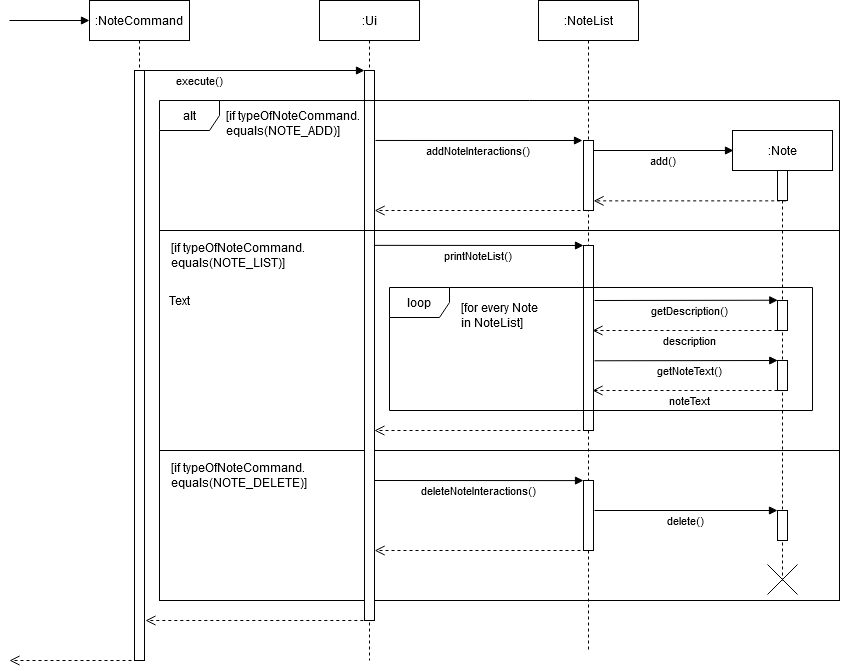
Earlier version of the draw.io export docs/images/NoteCommandSequence.png (nus-cs2113-AY2021S1/tp). Source tidied: cells renumbered, new cells last; positions are measured from the earlier drawing's top-left corner, leaving out a move shared by most shapes.
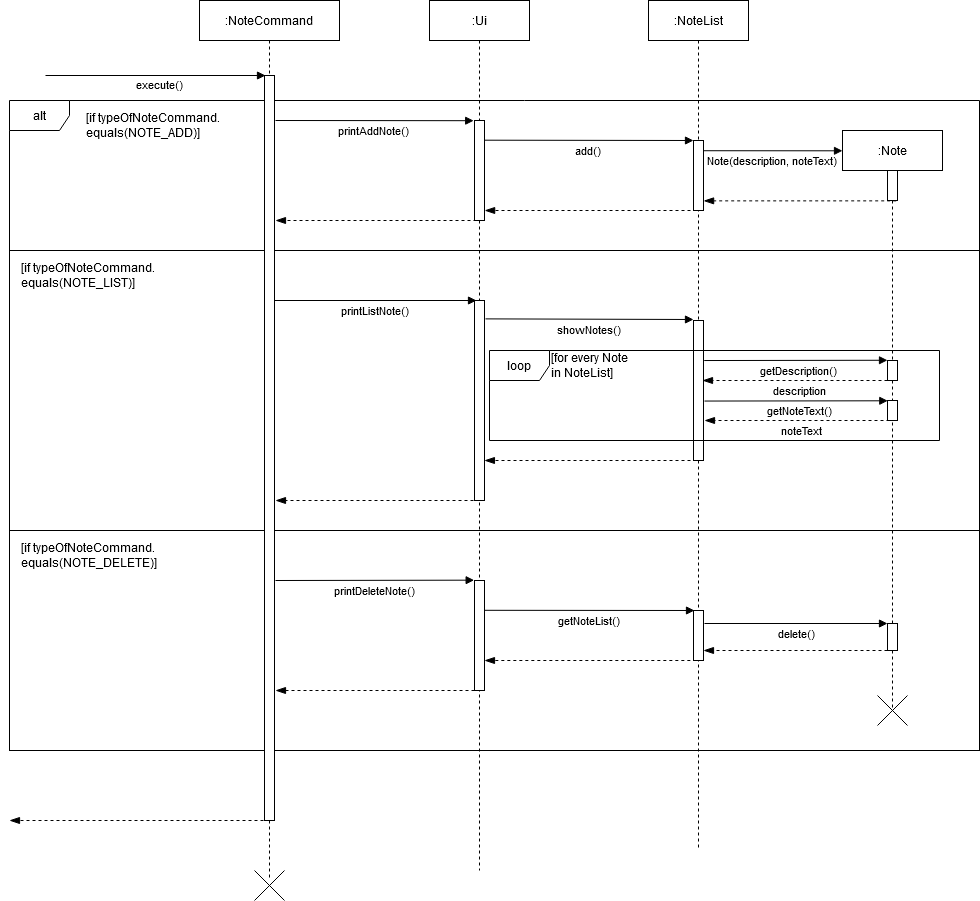
The same diagram one commit later.

Commit message:
Updated UML sequence diagram + slight adjustments to UI + updated names of methods to more suitable names

The edit, as a diff of the source:
```diff
@@ -2,180 +2,218 @@
   <root>
     <mxCell id="0" />
     <mxCell id="1" parent="0" />
+    <mxCell id="37" value="alt" style="shape=umlFrame;whiteSpace=wrap;html=1;" parent="1" vertex="1">
+      <mxGeometry x="-90" y="100" width="970" height="150" as="geometry" />
+    </mxCell>
     <mxCell id="2" style="html=1;" parent="1" vertex="1">
-      <mxGeometry x="150" y="230" width="680" height="220" as="geometry" />
+      <mxGeometry x="-90" y="250" width="970" height="280" as="geometry" />
     </mxCell>
     <mxCell id="3" style="html=1;" parent="1" vertex="1">
-      <mxGeometry x="150" y="450" width="680" height="150" as="geometry" />
+      <mxGeometry x="-90" y="530" width="970" height="220" as="geometry" />
     </mxCell>
-    <mxCell id="4" value=":NoteCommand" style="shape=umlLifeline;perimeter=lifelinePerimeter;rounded=0;shadow=0;strokeWidth=1;" parent="1" vertex="1">
-      <mxGeometry x="80" width="100" height="660" as="geometry" />
+    <mxCell id="4" value=":NoteCommand" style="shape=umlLifeline;perimeter=lifelinePerimeter;rounded=0;shadow=0;strokeWidth=1;size=40;" parent="1" vertex="1">
+      <mxGeometry x="100" width="140" height="880" as="geometry" />
     </mxCell>
     <mxCell id="5" style="points=[];perimeter=orthogonalPerimeter;rounded=0;shadow=0;strokeWidth=1;" parent="4" vertex="1">
-      <mxGeometry x="45" y="70" width="10" height="590" as="geometry" />
+      <mxGeometry x="65" y="75" width="10" height="745" as="geometry" />
     </mxCell>
     <mxCell id="6" value=":Ui" style="shape=umlLifeline;perimeter=lifelinePerimeter;rounded=0;shadow=0;strokeWidth=1;" parent="1" vertex="1">
-      <mxGeometry x="310" width="100" height="660" as="geometry" />
+      <mxGeometry x="330" width="100" height="870" as="geometry" />
     </mxCell>
     <mxCell id="7" style="points=[];perimeter=orthogonalPerimeter;rounded=0;shadow=0;strokeWidth=1;" parent="6" vertex="1">
-      <mxGeometry x="45" y="70" width="10" height="550" as="geometry" />
+      <mxGeometry x="45" y="120" width="10" height="100" as="geometry" />
     </mxCell>
-    <mxCell id="8" value="addNoteInteractions()" style="verticalAlign=bottom;endArrow=block;shadow=0;strokeWidth=1;exitX=1.2;exitY=0.081;exitDx=0;exitDy=0;exitPerimeter=0;" parent="6" edge="1">
-      <mxGeometry y="-20" relative="1" as="geometry">
-        <mxPoint x="56" y="140" as="sourcePoint" />
-        <mxPoint x="263" y="140" as="targetPoint" />
-      </mxGeometry>
-    </mxCell>
-    <mxCell id="9" value="execute()" style="verticalAlign=bottom;endArrow=block;entryX=0;entryY=0;shadow=0;strokeWidth=1;" parent="1" edge="1" source="5" target="7">
-      <mxGeometry x="-0.5" y="-20" relative="1" as="geometry" />
-    </mxCell>
+    <mxCell id="44" style="perimeter=orthogonalPerimeter;rounded=0;shadow=0;strokeWidth=1;" parent="6" vertex="1">
+      <mxGeometry x="45" y="300" width="10" height="200" as="geometry" />
+    </mxCell>
     <mxCell id="10" value=":NoteList" style="shape=umlLifeline;perimeter=lifelinePerimeter;rounded=0;shadow=0;strokeWidth=1;" parent="1" vertex="1">
-      <mxGeometry x="529" width="100" height="650" as="geometry" />
+      <mxGeometry x="549" width="100" height="850" as="geometry" />
     </mxCell>
     <mxCell id="11" style="points=[];perimeter=orthogonalPerimeter;rounded=0;shadow=0;strokeWidth=1;" parent="10" vertex="1">
       <mxGeometry x="45" y="140" width="10" height="70" as="geometry" />
     </mxCell>
     <mxCell id="12" style="perimeter=orthogonalPerimeter;rounded=0;shadow=0;strokeWidth=1;" parent="10" vertex="1">
-      <mxGeometry x="45" y="245" width="10" height="185" as="geometry" />
+      <mxGeometry x="45" y="320" width="10" height="140" as="geometry" />
     </mxCell>
     <mxCell id="13" style="perimeter=orthogonalPerimeter;rounded=0;shadow=0;strokeWidth=1;" parent="10" vertex="1">
-      <mxGeometry x="45" y="480" width="10" height="70" as="geometry" />
+      <mxGeometry x="45" y="610" width="10" height="50" as="geometry" />
     </mxCell>
-    <mxCell id="14" value="showTopics()" style="verticalAlign=bottom;endArrow=block;entryX=0;entryY=0;shadow=0;strokeWidth=1;" parent="1" edge="1" target="x">
+    <mxCell id="14" value="showTopics()" style="verticalAlign=bottom;endArrow=block;entryX=0;entryY=0;shadow=0;strokeWidth=1;" parent="1" edge="1">
       <mxGeometry y="-20" relative="1" as="geometry">
         <mxPoint x="175" y="460" as="sourcePoint" />
       </mxGeometry>
     </mxCell>
-    <mxCell id="15" style="html=1;verticalAlign=bottom;endArrow=open;dashed=1;endSize=8;exitX=0.05;exitY=1.049;exitDx=0;exitDy=0;exitPerimeter=0;" parent="1" edge="1">
+    <mxCell id="15" style="html=1;verticalAlign=bottom;endArrow=blockThin;dashed=1;endSize=8;exitX=0.05;exitY=1.049;exitDx=0;exitDy=0;exitPerimeter=0;endFill=1;" parent="1" edge="1">
       <mxGeometry relative="1" as="geometry">
-        <mxPoint x="776.7" y="200.4" as="sourcePoint" />
-        <mxPoint x="584.1" y="200.4" as="targetPoint" />
+        <mxPoint x="796.7" y="200.4" as="sourcePoint" />
+        <mxPoint x="604.1" y="200.4" as="targetPoint" />
       </mxGeometry>
     </mxCell>
     <mxCell id="16" style="html=1;verticalAlign=bottom;endArrow=block;" parent="1" edge="1">
       <mxGeometry x="-0.12" y="-90" relative="1" as="geometry">
-        <mxPoint y="20" as="sourcePoint" />
-        <mxPoint x="80" y="20" as="targetPoint" />
+        <mxPoint x="-54" y="75" as="sourcePoint" />
+        <mxPoint x="166" y="75" as="targetPoint" />
       </mxGeometry>
     </mxCell>
+    <mxCell id="9" value="execute()" style="edgeLabel;html=1;align=center;verticalAlign=middle;" parent="16" vertex="1">
+      <mxGeometry x="-0.38" y="-1" relative="1" as="geometry">
+        <mxPoint x="45.7" y="7" as="offset" />
+      </mxGeometry>
+    </mxCell>
     <mxCell id="17" value="loop" style="shape=umlFrame;whiteSpace=wrap;html=1;" parent="1" vertex="1">
-      <mxGeometry x="380" y="287" width="423" height="123" as="geometry" />
+      <mxGeometry x="390" y="350" width="450" height="90" as="geometry" />
     </mxCell>
     <mxCell id="18" value=":Note" style="shape=umlLifeline;perimeter=lifelinePerimeter;rounded=0;shadow=0;strokeWidth=1;" parent="1" vertex="1">
-      <mxGeometry x="723" y="130" width="100" height="450" as="geometry" />
+      <mxGeometry x="743" y="130" width="100" height="580" as="geometry" />
     </mxCell>
     <mxCell id="19" style="perimeter=orthogonalPerimeter;rounded=0;shadow=0;strokeWidth=1;" parent="18" vertex="1">
       <mxGeometry x="45" y="40" width="10" height="30" as="geometry" />
     </mxCell>
     <mxCell id="20" style="perimeter=orthogonalPerimeter;rounded=0;shadow=0;strokeWidth=1;" parent="18" vertex="1">
-      <mxGeometry x="45" y="170" width="10" height="30" as="geometry" />
+      <mxGeometry x="45" y="230" width="10" height="20" as="geometry" />
     </mxCell>
     <mxCell id="21" style="perimeter=orthogonalPerimeter;rounded=0;shadow=0;strokeWidth=1;" parent="18" vertex="1">
-      <mxGeometry x="45" y="230" width="10" height="30" as="geometry" />
+      <mxGeometry x="45" y="270" width="10" height="20" as="geometry" />
     </mxCell>
     <mxCell id="22" style="perimeter=orthogonalPerimeter;rounded=0;shadow=0;strokeWidth=1;" parent="18" vertex="1">
-      <mxGeometry x="45" y="380" width="10" height="30" as="geometry" />
+      <mxGeometry x="45" y="493" width="10" height="27" as="geometry" />
     </mxCell>
+    <mxCell id="27" value="description" style="html=1;verticalAlign=bottom;endArrow=blockThin;dashed=1;endSize=8;endFill=1;" parent="18" edge="1">
+      <mxGeometry x="-0.02" y="20" relative="1" as="geometry">
+        <mxPoint x="51" y="250" as="sourcePoint" />
+        <mxPoint x="-140" y="250" as="targetPoint" />
+      </mxGeometry>
+    </mxCell>
+    <mxCell id="28" value="getNoteText()" style="verticalAlign=bottom;endArrow=block;shadow=0;strokeWidth=1;entryX=-0.171;entryY=-0.011;entryDx=0;entryDy=0;entryPerimeter=0;" parent="18" edge="1">
+      <mxGeometry x="0.04" y="-20" relative="1" as="geometry">
+        <mxPoint x="-138" y="270.6" as="sourcePoint" />
+        <mxPoint x="45.3" y="270.3" as="targetPoint" />
+      </mxGeometry>
+    </mxCell>
+    <mxCell id="29" value="noteText" style="html=1;verticalAlign=bottom;endArrow=blockThin;dashed=1;endSize=8;endFill=1;" parent="18" edge="1">
+      <mxGeometry x="-0.02" y="20" relative="1" as="geometry">
+        <mxPoint x="53" y="290" as="sourcePoint" />
+        <mxPoint x="-138" y="290" as="targetPoint" />
+      </mxGeometry>
+    </mxCell>
+    <mxCell id="45" style="html=1;verticalAlign=bottom;endArrow=blockThin;dashed=1;endSize=8;endFill=1;" parent="18" edge="1">
+      <mxGeometry relative="1" as="geometry">
+        <mxPoint x="51" y="520" as="sourcePoint" />
+        <mxPoint x="-139" y="520" as="targetPoint" />
+      </mxGeometry>
+    </mxCell>
-    <mxCell id="23" value="add()" style="verticalAlign=bottom;endArrow=block;shadow=0;strokeWidth=1;exitX=0.6;exitY=0.25;exitDx=0;exitDy=0;exitPerimeter=0;" parent="1" edge="1">
+    <mxCell id="23" value="add()" style="verticalAlign=bottom;endArrow=block;shadow=0;strokeWidth=1;exitX=1.11;exitY=0.197;exitDx=0;exitDy=0;exitPerimeter=0;" parent="1" edge="1">
       <mxGeometry y="-20" relative="1" as="geometry">
-        <mxPoint x="584" y="150" as="sourcePoint" />
-        <mxPoint x="724" y="150" as="targetPoint" />
+        <mxPoint x="385.1" y="139.7" as="sourcePoint" />
+        <mxPoint x="594" y="140" as="targetPoint" />
       </mxGeometry>
     </mxCell>
-    <mxCell id="24" style="html=1;verticalAlign=bottom;endArrow=open;dashed=1;endSize=8;" parent="1" edge="1">
+    <mxCell id="24" style="html=1;verticalAlign=bottom;endArrow=blockThin;dashed=1;endSize=8;endFill=1;" parent="1" edge="1">
       <mxGeometry relative="1" as="geometry">
-        <mxPoint x="583" y="210" as="sourcePoint" />
-        <mxPoint x="365.2" y="210" as="targetPoint" />
+        <mxPoint x="603" y="210" as="sourcePoint" />
+        <mxPoint x="385.2" y="210" as="targetPoint" />
       </mxGeometry>
     </mxCell>
-    <mxCell id="25" value="printNoteList()" style="verticalAlign=bottom;endArrow=block;shadow=0;strokeWidth=1;exitX=0.552;exitY=0.371;exitDx=0;exitDy=0;exitPerimeter=0;" parent="1" edge="1" source="6">
+    <mxCell id="25" value="printListNote()" style="verticalAlign=bottom;endArrow=block;shadow=0;strokeWidth=1;" parent="1" edge="1">
       <mxGeometry y="-20" relative="1" as="geometry">
-        <mxPoint x="574" y="245" as="targetPoint" />
+        <mxPoint x="175" y="300" as="sourcePoint" />
+        <mxPoint x="377" y="300" as="targetPoint" />
       </mxGeometry>
     </mxCell>
-    <mxCell id="26" value="getDescription()" style="verticalAlign=bottom;endArrow=block;shadow=0;strokeWidth=1;entryX=-0.171;entryY=-0.011;entryDx=0;entryDy=0;entryPerimeter=0;" parent="1" edge="1">
-      <mxGeometry x="0.04" y="-20" relative="1" as="geometry">
-        <mxPoint x="585" y="300" as="sourcePoint" />
-        <mxPoint x="768.3" y="299.7" as="targetPoint" />
-      </mxGeometry>
-    </mxCell>
-    <mxCell id="27" value="description" style="html=1;verticalAlign=bottom;endArrow=open;dashed=1;endSize=8;" parent="1" edge="1">
-      <mxGeometry x="-0.02" y="20" relative="1" as="geometry">
-        <mxPoint x="774" y="330" as="sourcePoint" />
-        <mxPoint x="583" y="330" as="targetPoint" />
-      </mxGeometry>
-    </mxCell>
-    <mxCell id="28" value="getNoteText()" style="verticalAlign=bottom;endArrow=block;shadow=0;strokeWidth=1;entryX=-0.171;entryY=-0.011;entryDx=0;entryDy=0;entryPerimeter=0;" parent="1" edge="1">
-      <mxGeometry x="0.04" y="-20" relative="1" as="geometry">
-        <mxPoint x="585" y="360.3" as="sourcePoint" />
-        <mxPoint x="768.3" y="360" as="targetPoint" />
-      </mxGeometry>
-    </mxCell>
-    <mxCell id="29" value="noteText" style="html=1;verticalAlign=bottom;endArrow=open;dashed=1;endSize=8;" parent="1" edge="1">
-      <mxGeometry x="-0.02" y="20" relative="1" as="geometry">
-        <mxPoint x="774" y="390" as="sourcePoint" />
-        <mxPoint x="583" y="390" as="targetPoint" />
-      </mxGeometry>
-    </mxCell>
-    <mxCell id="30" style="html=1;verticalAlign=bottom;endArrow=open;dashed=1;endSize=8;" parent="1" edge="1">
+    <mxCell id="30" style="html=1;verticalAlign=bottom;endArrow=blockThin;dashed=1;endSize=8;endFill=1;" parent="1" edge="1">
       <mxGeometry relative="1" as="geometry">
-        <mxPoint x="583" y="430" as="sourcePoint" />
-        <mxPoint x="364.9" y="430" as="targetPoint" />
+        <mxPoint x="603" y="460" as="sourcePoint" />
+        <mxPoint x="384.9" y="460" as="targetPoint" />
       </mxGeometry>
     </mxCell>
-    <mxCell id="31" value="deleteNoteInteractions()" style="verticalAlign=bottom;endArrow=block;shadow=0;strokeWidth=1;exitX=1.016;exitY=0.318;exitDx=0;exitDy=0;exitPerimeter=0;" parent="1" edge="1">
+    <mxCell id="31" value="printDeleteNote()" style="verticalAlign=bottom;endArrow=block;shadow=0;strokeWidth=1;entryX=-0.034;entryY=-0.003;entryDx=0;entryDy=0;entryPerimeter=0;" parent="1" edge="1" target="50">
       <mxGeometry y="-20" relative="1" as="geometry">
-        <mxPoint x="365.2" y="480" as="sourcePoint" />
-        <mxPoint x="574" y="480.1" as="targetPoint" />
+        <mxPoint x="176" y="580" as="sourcePoint" />
       </mxGeometry>
     </mxCell>
-    <mxCell id="32" style="html=1;verticalAlign=bottom;endArrow=open;dashed=1;endSize=8;" parent="1" edge="1">
+    <mxCell id="32" style="html=1;verticalAlign=bottom;endArrow=blockThin;dashed=1;endSize=8;endFill=1;" parent="1" edge="1">
       <mxGeometry relative="1" as="geometry">
-        <mxPoint x="583" y="550" as="sourcePoint" />
-        <mxPoint x="365.2" y="550" as="targetPoint" />
+        <mxPoint x="602.8" y="660" as="sourcePoint" />
+        <mxPoint x="385" y="660" as="targetPoint" />
       </mxGeometry>
     </mxCell>
     <mxCell id="33" value="delete()" style="verticalAlign=bottom;endArrow=block;shadow=0;strokeWidth=1;" parent="1" edge="1">
       <mxGeometry y="-20" relative="1" as="geometry">
-        <mxPoint x="585" y="510" as="sourcePoint" />
-        <mxPoint x="768" y="510" as="targetPoint" />
+        <mxPoint x="605" y="623" as="sourcePoint" />
+        <mxPoint x="788" y="623" as="targetPoint" />
       </mxGeometry>
     </mxCell>
     <mxCell id="34" style="shape=umlDestroy;" parent="1" vertex="1">
-      <mxGeometry x="758" y="564" width="30" height="30" as="geometry" />
+      <mxGeometry x="778" y="695" width="30" height="30" as="geometry" />
     </mxCell>
-    <mxCell id="35" style="html=1;verticalAlign=bottom;endArrow=open;dashed=1;endSize=8;" parent="1" edge="1">
+    <mxCell id="35" style="html=1;verticalAlign=bottom;endArrow=blockThin;dashed=1;endSize=8;endFill=1;" parent="1" edge="1">
       <mxGeometry relative="1" as="geometry">
-        <mxPoint x="353.8" y="620" as="sourcePoint" />
-        <mxPoint x="136" y="620" as="targetPoint" />
+        <mxPoint x="381" y="690" as="sourcePoint" />
+        <mxPoint x="176" y="690" as="targetPoint" />
       </mxGeometry>
     </mxCell>
-    <mxCell id="36" style="html=1;verticalAlign=bottom;endArrow=open;dashed=1;endSize=8;" parent="1" edge="1">
+    <mxCell id="36" style="html=1;verticalAlign=bottom;endArrow=blockThin;dashed=1;endSize=8;endFill=1;" parent="1" edge="1">
       <mxGeometry relative="1" as="geometry">
-        <mxPoint x="134" y="660" as="sourcePoint" />
-        <mxPoint y="660" as="targetPoint" />
+        <mxPoint x="164" y="820" as="sourcePoint" />
+        <mxPoint x="-90" y="820" as="targetPoint" />
       </mxGeometry>
     </mxCell>
-    <mxCell id="37" value="alt" style="shape=umlFrame;whiteSpace=wrap;html=1;" parent="1" vertex="1">
-      <mxGeometry x="150" y="100" width="680" height="130" as="geometry" />
-    </mxCell>
     <mxCell id="38" value="&lt;div align=&quot;left&quot;&gt;&lt;font style=&quot;font-size: 12px&quot;&gt;[if typeOfNoteCommand.&lt;/font&gt;&lt;/div&gt;&lt;div align=&quot;left&quot;&gt;&lt;font style=&quot;font-size: 12px&quot;&gt;equals(NOTE_ADD)]&lt;/font&gt;&lt;/div&gt;" style="text;html=1;align=left;verticalAlign=middle;" parent="1" vertex="1">
-      <mxGeometry x="215" y="108" width="150" height="30" as="geometry" />
+      <mxGeometry x="-15" y="110" width="150" height="30" as="geometry" />
     </mxCell>
-    <mxCell id="39" value="&lt;div align=&quot;left&quot;&gt;&lt;font style=&quot;font-size: 12px&quot;&gt;[if typeOfNoteCommand.&lt;/font&gt;&lt;/div&gt;&lt;div align=&quot;left&quot;&gt;&lt;font style=&quot;font-size: 12px&quot;&gt;equals(NOTE_LIST)]&lt;/font&gt;&lt;/div&gt;" style="text;html=1;align=left;verticalAlign=middle;" parent="1" vertex="1">
-      <mxGeometry x="160" y="240" width="150" height="30" as="geometry" />
-    </mxCell>
     <mxCell id="40" value="&lt;div align=&quot;left&quot;&gt;&lt;font style=&quot;font-size: 12px&quot;&gt;[if typeOfNoteCommand.&lt;/font&gt;&lt;/div&gt;&lt;div align=&quot;left&quot;&gt;&lt;font style=&quot;font-size: 12px&quot;&gt;equals(NOTE_DELETE)]&lt;/font&gt;&lt;/div&gt;" style="text;html=1;align=left;verticalAlign=middle;" parent="1" vertex="1">
-      <mxGeometry x="160" y="460" width="150" height="30" as="geometry" />
+      <mxGeometry x="-80" y="540" width="150" height="30" as="geometry" />
     </mxCell>
     <mxCell id="41" value="&lt;div&gt;[for every Note &lt;br&gt;&lt;/div&gt;&lt;div&gt;in NoteList]&lt;/div&gt;" style="text;html=1;align=left;verticalAlign=middle;" parent="1" vertex="1">
-      <mxGeometry x="450" y="300" width="90" height="30" as="geometry" />
+      <mxGeometry x="450" y="350" width="90" height="30" as="geometry" />
     </mxCell>
-    <mxCell id="42" value="Text" style="text;html=1;strokeColor=none;fillColor=none;align=center;verticalAlign=middle;whiteSpace=wrap;rounded=0;" parent="1" vertex="1">
-      <mxGeometry x="150" y="290" width="40" height="20" as="geometry" />
-    </mxCell>
-    <mxCell id="43" value="&amp;nbsp;&amp;nbsp; " style="text;html=1;align=center;verticalAlign=middle;" parent="1" vertex="1">
-      <mxGeometry x="830" y="100" width="20" height="20" as="geometry" />
-    </mxCell>
+    <mxCell id="8" value="printAddNote()" style="verticalAlign=bottom;endArrow=block;shadow=0;strokeWidth=1;entryX=-0.08;entryY=0.002;entryDx=0;entryDy=0;entryPerimeter=0;" parent="1" edge="1" target="7">
+      <mxGeometry y="-20" relative="1" as="geometry">
+        <mxPoint x="176" y="120" as="sourcePoint" />
+      </mxGeometry>
+    </mxCell>
+    <mxCell id="46" value="Note(description, noteText)" style="verticalAlign=bottom;endArrow=block;shadow=0;strokeWidth=1;exitX=1.019;exitY=0.146;exitDx=0;exitDy=0;exitPerimeter=0;" parent="1" edge="1" source="11">
+      <mxGeometry y="-20" relative="1" as="geometry">
+        <mxPoint x="743" y="150.3" as="targetPoint" />
+      </mxGeometry>
+    </mxCell>
+    <mxCell id="47" value="showNotes()" style="verticalAlign=bottom;endArrow=block;shadow=0;strokeWidth=1;exitX=1;exitY=0.303;exitDx=0;exitDy=0;exitPerimeter=0;" parent="1" edge="1">
+      <mxGeometry y="-20" relative="1" as="geometry">
+        <mxPoint x="386" y="318.4" as="sourcePoint" />
+        <mxPoint x="594" y="319" as="targetPoint" />
+      </mxGeometry>
+    </mxCell>
+    <mxCell id="26" value="getDescription()" style="verticalAlign=bottom;endArrow=block;shadow=0;strokeWidth=1;entryX=-0.171;entryY=-0.011;entryDx=0;entryDy=0;entryPerimeter=0;" parent="1" edge="1">
+      <mxGeometry x="0.04" y="-20" relative="1" as="geometry">
+        <mxPoint x="604.7" y="360" as="sourcePoint" />
+        <mxPoint x="788" y="359.8" as="targetPoint" />
+      </mxGeometry>
+    </mxCell>
+    <mxCell id="48" style="html=1;verticalAlign=bottom;endArrow=blockThin;dashed=1;endSize=8;endFill=1;" parent="1" edge="1">
+      <mxGeometry relative="1" as="geometry">
+        <mxPoint x="380" y="500" as="sourcePoint" />
+        <mxPoint x="176" y="500" as="targetPoint" />
+      </mxGeometry>
+    </mxCell>
+    <mxCell id="49" style="html=1;verticalAlign=bottom;endArrow=blockThin;dashed=1;endSize=8;endFill=1;" parent="1" edge="1">
+      <mxGeometry relative="1" as="geometry">
+        <mxPoint x="383" y="220" as="sourcePoint" />
+        <mxPoint x="176" y="220" as="targetPoint" />
+      </mxGeometry>
+    </mxCell>
+    <mxCell id="39" value="&lt;div align=&quot;left&quot;&gt;&lt;font style=&quot;font-size: 12px&quot;&gt;[if typeOfNoteCommand.&lt;/font&gt;&lt;/div&gt;&lt;div align=&quot;left&quot;&gt;&lt;font style=&quot;font-size: 12px&quot;&gt;equals(NOTE_LIST)]&lt;/font&gt;&lt;/div&gt;" style="text;html=1;align=left;verticalAlign=middle;" parent="1" vertex="1">
+      <mxGeometry x="-80" y="260" width="150" height="30" as="geometry" />
+    </mxCell>
+    <mxCell id="50" style="points=[];perimeter=orthogonalPerimeter;rounded=0;shadow=0;strokeWidth=1;" parent="1" vertex="1">
+      <mxGeometry x="375" y="580" width="10" height="110" as="geometry" />
+    </mxCell>
+    <mxCell id="51" value="getNoteList()" style="verticalAlign=bottom;endArrow=block;shadow=0;strokeWidth=1;exitX=0.96;exitY=0.271;exitDx=0;exitDy=0;exitPerimeter=0;" parent="1" edge="1" source="50">
+      <mxGeometry y="-20" relative="1" as="geometry">
+        <mxPoint x="595" y="610" as="targetPoint" />
+      </mxGeometry>
+    </mxCell>
+    <mxCell id="52" style="shape=umlDestroy;" parent="1" vertex="1">
+      <mxGeometry x="155" y="870" width="30" height="30" as="geometry" />
+    </mxCell>
   </root>
 </mxGraphModel>
```
